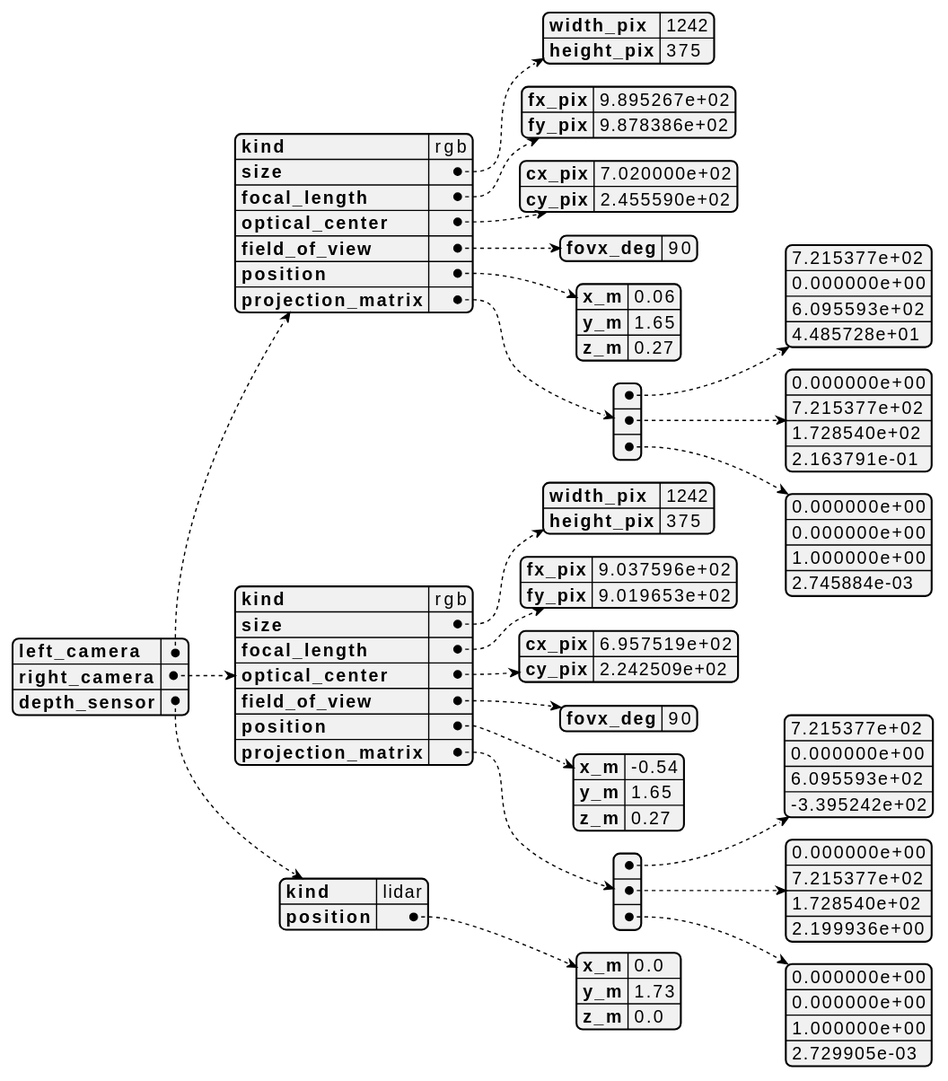
Above: docs/import-parameter-json.svg in minoru-github/three-app (PlantUML), before the change. Its diagram source:
```plantuml
@startjson "import-parameter-json"
{
    "left_camera" : {
        "kind":"rgb",
        "size" : {
            "width_pix" : 1242,
            "height_pix" : 375
        }
        ,
        "focal_length" : {
            "fx_pix" : 9.895267e+02,
            "fy_pix" : 9.878386e+02
        }
        ,
        "optical_center" : {
            "cx_pix" : 7.020000e+02,
            "cy_pix" : 2.455590e+02
        }
        ,
        "field_of_view" : {
            "fovx_deg" : 90
        }
        ,
        "position" : {
            "x_m" : 0.06,
            "y_m" : 1.65,
            "z_m" : 0.27
        }
        ,
        "projection_matrix" : [
        [7.215377e+02, 0.000000e+00, 6.095593e+02, 4.485728e+01],
        [0.000000e+00, 7.215377e+02, 1.728540e+02, 2.163791e-01],
        [0.000000e+00, 0.000000e+00, 1.000000e+00, 2.745884e-03]
        ]
    }
    ,
    "right_camera" : {
        "kind":"rgb",
        "size" : {
            "width_pix" : 1242,
            "height_pix" : 375
        }
        ,
        "focal_length" : {
            "fx_pix" : 9.037596e+02,
            "fy_pix" : 9.019653e+02
        }
        ,
        "optical_center" : {
            "cx_pix" : 6.957519e+02,
            "cy_pix" : 2.242509e+02
        }
        ,
        "field_of_view" : {
            "fovx_deg" : 90
        }
        ,
        "position" : {
            "x_m" : -0.54,
            "y_m" : 1.65,
            "z_m" : 0.27
        }
        ,
        "projection_matrix" : [
        [7.215377e+02, 0.000000e+00, 6.095593e+02, -3.395242e+02],
        [0.000000e+00, 7.215377e+02, 1.728540e+02, 2.199936e+00],
        [0.000000e+00, 0.000000e+00, 1.000000e+00, 2.729905e-03]
        ]
    }
    ,

    "depth_sensor" : {
        "kind":"lidar",
        "position" : {
            "x_m" : 0.0,
            "y_m" : 1.73,
            "z_m" : 0.0
        }
    }
}
@endjson
```
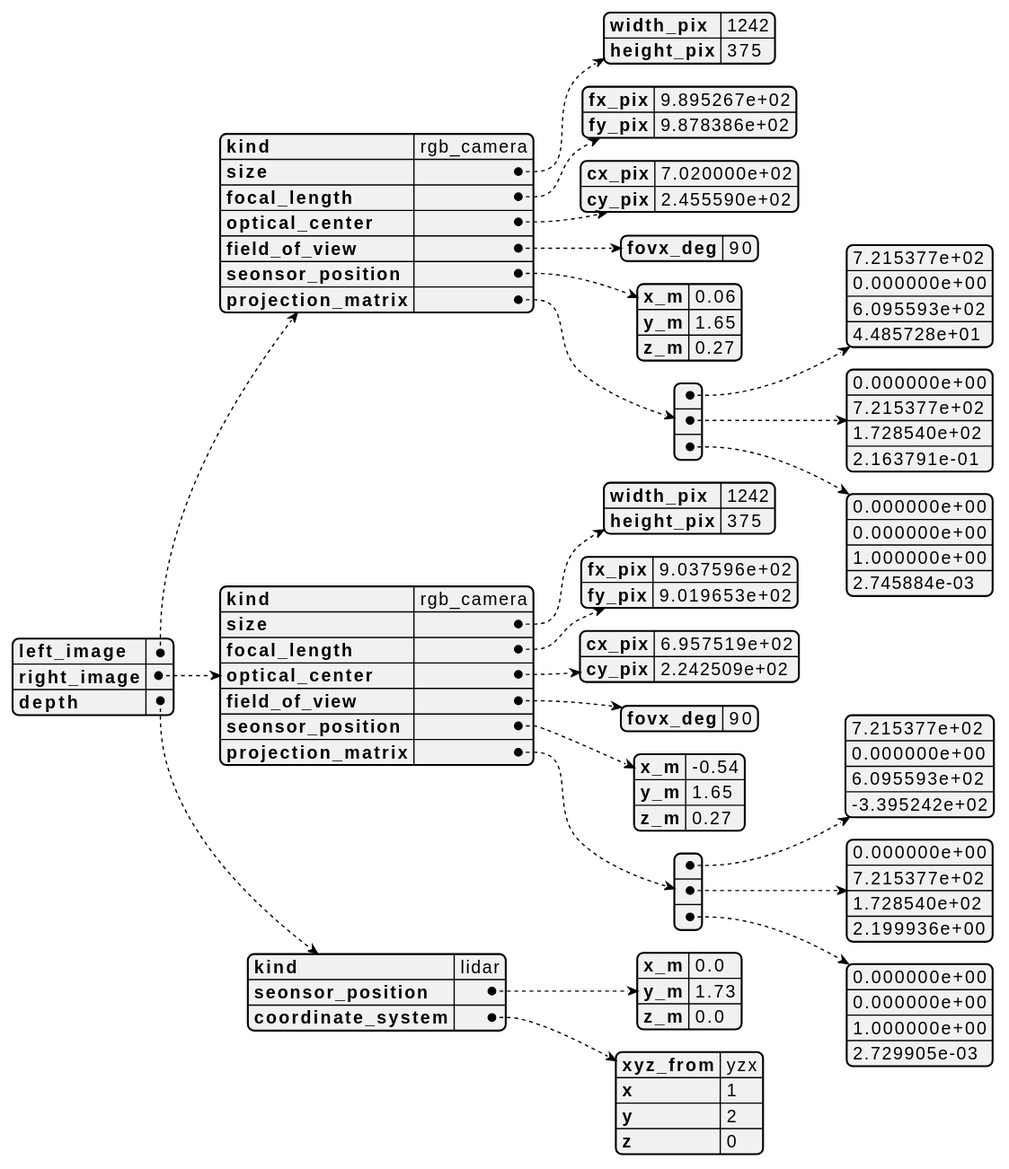
The same diagram one commit later.

Change to the diagram source:
```diff
@@ -1,7 +1,7 @@
 @startjson "import-parameter-json"
 {
-    "left_camera" : {
-        "kind":"rgb",
+    "left_image" : {
+        "kind":"rgb_camera",
         "size" : {
             "width_pix" : 1242,
             "height_pix" : 375
@@ -21,21 +21,21 @@
             "fovx_deg" : 90
         }
         ,
-        "position" : {
+        "seonsor_position" : {
             "x_m" : 0.06,
             "y_m" : 1.65,
             "z_m" : 0.27
         }
         ,
         "projection_matrix" : [
-        [7.215377e+02, 0.000000e+00, 6.095593e+02, 4.485728e+01],
-        [0.000000e+00, 7.215377e+02, 1.728540e+02, 2.163791e-01],
-        [0.000000e+00, 0.000000e+00, 1.000000e+00, 2.745884e-03]
+            [7.215377e+02, 0.000000e+00, 6.095593e+02, 4.485728e+01],
+            [0.000000e+00, 7.215377e+02, 1.728540e+02, 2.163791e-01],
+            [0.000000e+00, 0.000000e+00, 1.000000e+00, 2.745884e-03]
         ]
     }
     ,
-    "right_camera" : {
-        "kind":"rgb",
+    "right_image" : {
+        "kind":"rgb_camera",
         "size" : {
             "width_pix" : 1242,
             "height_pix" : 375
@@ -55,27 +55,34 @@
             "fovx_deg" : 90
         }
         ,
-        "position" : {
+        "seonsor_position" : {
             "x_m" : -0.54,
             "y_m" : 1.65,
             "z_m" : 0.27
         }
         ,
         "projection_matrix" : [
-        [7.215377e+02, 0.000000e+00, 6.095593e+02, -3.395242e+02],
-        [0.000000e+00, 7.215377e+02, 1.728540e+02, 2.199936e+00],
-        [0.000000e+00, 0.000000e+00, 1.000000e+00, 2.729905e-03]
+            [7.215377e+02, 0.000000e+00, 6.095593e+02, -3.395242e+02],
+            [0.000000e+00, 7.215377e+02, 1.728540e+02, 2.199936e+00],
+            [0.000000e+00, 0.000000e+00, 1.000000e+00, 2.729905e-03]
         ]
     }
     ,
 
-    "depth_sensor" : {
+    "depth" : {
         "kind":"lidar",
-        "position" : {
+        "seonsor_position" : {
             "x_m" : 0.0,
             "y_m" : 1.73,
             "z_m" : 0.0
         }
+        ,
+        "coordinate_system":{
+            "xyz_from" : "yzx",
+            "x" : 1,
+            "y" : 2,
+            "z" : 0
+        }
     }
 }
 @endjson
```
